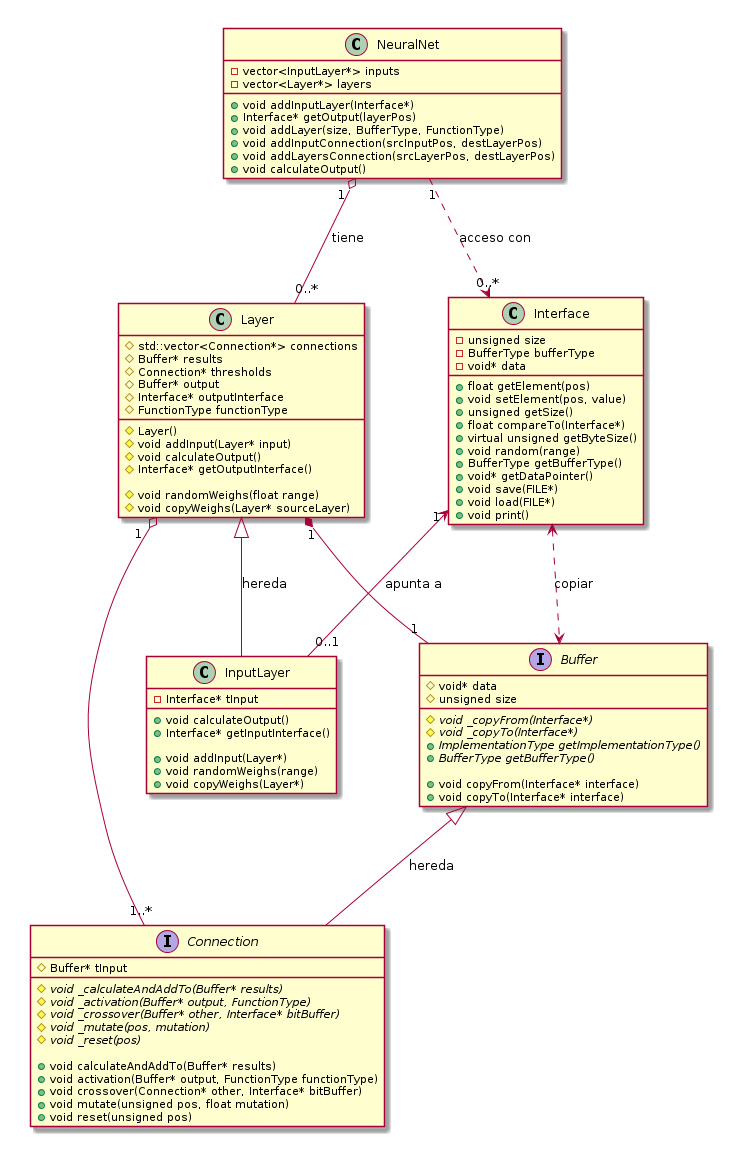
The PlantUML diagram preann/doc/img/uml/classNeural.png in jtimon/preann, before a commit. Its diagram source:
```plantuml
@startuml img/uml/classNeural.png

NeuralNet "1" o-- "0..*" Layer : tiene

NeuralNet "1" ..> "0..*" Interface : acceso con

Layer "1" o-- "1..*" Connection

Layer "1" *-- "1" Buffer

Interface <..> Buffer : copiar

Buffer <|-- Connection : hereda

class Interface "1" <-- "0..1" InputLayer : apunta a

Layer <|-- InputLayer : hereda

class NeuralNet{
    -vector<InputLayer*> inputs
    -vector<Layer*> layers
    +void addInputLayer(Interface*)
    +Interface* getOutput(layerPos)
    +void addLayer(size, BufferType, FunctionType)
    +void addInputConnection(srcInputPos, destLayerPos)
    +void addLayersConnection(srcLayerPos, destLayerPos)
    +void calculateOutput()
}

class Interface{
    -unsigned size
    -BufferType bufferType
    -void* data
    +float getElement(pos)
    +void setElement(pos, value)
    +unsigned getSize()
    +float compareTo(Interface*)
    +virtual unsigned getByteSize()
    +void random(range)
    +BufferType getBufferType()
    +void* getDataPointer()
    +void save(FILE*)
    +void load(FILE*)
    +void print()
}

interface Buffer{
    #void* data
    #unsigned size
    #{abstract} void _copyFrom(Interface*)
    #{abstract} void _copyTo(Interface*)
    +{abstract} ImplementationType getImplementationType()
    +{abstract} BufferType getBufferType()

    +void copyFrom(Interface* interface)
    +void copyTo(Interface* interface)
}

interface Connection{
    #Buffer* tInput

    #{abstract} void _calculateAndAddTo(Buffer* results)
    #{abstract} void _activation(Buffer* output, FunctionType)
    #{abstract} void _crossover(Buffer* other, Interface* bitBuffer)
    #{abstract} void _mutate(pos, mutation)
    #{abstract} void _reset(pos)

    +void calculateAndAddTo(Buffer* results)
    +void activation(Buffer* output, FunctionType functionType)
    +void crossover(Connection* other, Interface* bitBuffer)
    +void mutate(unsigned pos, float mutation)
    +void reset(unsigned pos)
}

class Layer{
    #Layer()
    #std::vector<Connection*> connections
    #Buffer* results
    #Connection* thresholds
    #Buffer* output
    #Interface* outputInterface
    #FunctionType functionType

    #void addInput(Layer* input)
    #void calculateOutput()
    #Interface* getOutputInterface()

    #void randomWeighs(float range)
    #void copyWeighs(Layer* sourceLayer)
}

class InputLayer{
    -Interface* tInput

    +void calculateOutput()
    +Interface* getInputInterface()

    +void addInput(Layer*)
    +void randomWeighs(range)
    +void copyWeighs(Layer*)

}

@enduml
```
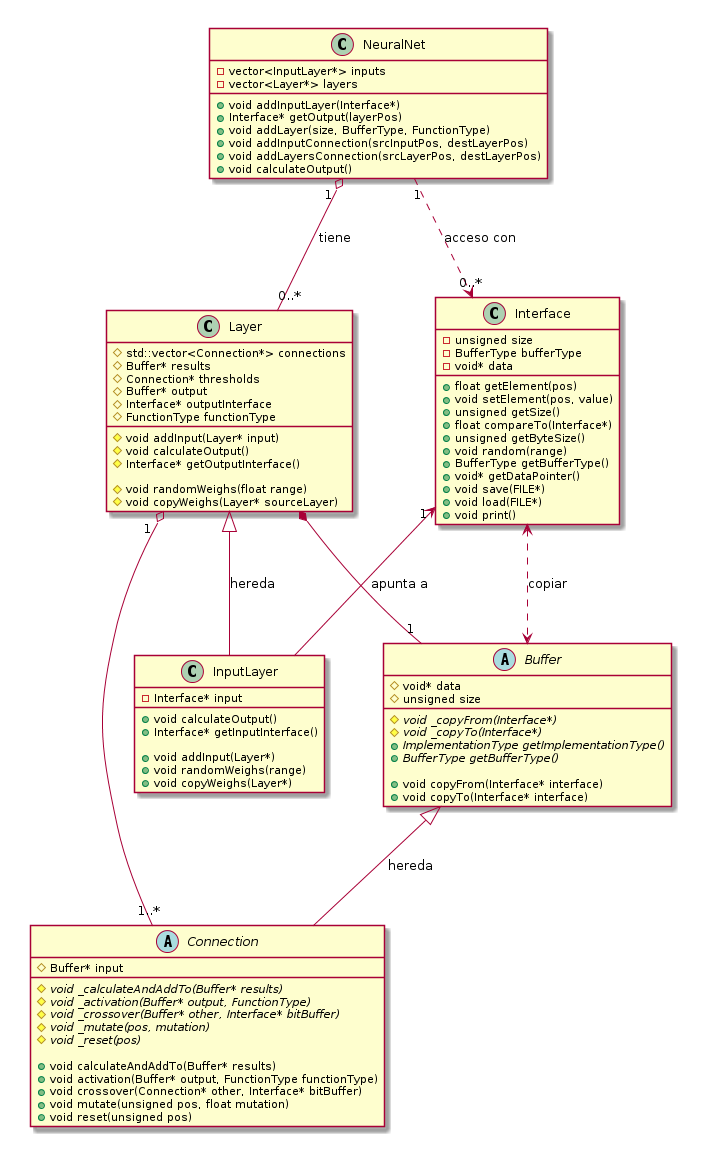
After the commit.

What changed in the source:
```diff
@@ -6,13 +6,13 @@
 
 Layer "1" o-- "1..*" Connection
 
-Layer "1" *-- "1" Buffer
+Layer *-- "1" Buffer
 
 Interface <..> Buffer : copiar
 
 Buffer <|-- Connection : hereda
 
-class Interface "1" <-- "0..1" InputLayer : apunta a
+class Interface "1" <-- InputLayer : apunta a
 
 Layer <|-- InputLayer : hereda
 
@@ -35,7 +35,7 @@
     +void setElement(pos, value)
     +unsigned getSize()
     +float compareTo(Interface*)
-    +virtual unsigned getByteSize()
+    +unsigned getByteSize()
     +void random(range)
     +BufferType getBufferType()
     +void* getDataPointer()
@@ -44,7 +44,7 @@
     +void print()
 }
 
-interface Buffer{
+abstract class Buffer{
     #void* data
     #unsigned size
     #{abstract} void _copyFrom(Interface*)
@@ -56,8 +56,8 @@
     +void copyTo(Interface* interface)
 }
 
-interface Connection{
-    #Buffer* tInput
+abstract class Connection{
+    #Buffer* input
 
     #{abstract} void _calculateAndAddTo(Buffer* results)
     #{abstract} void _activation(Buffer* output, FunctionType)
@@ -73,7 +73,6 @@
 }
 
 class Layer{
-    #Layer()
     #std::vector<Connection*> connections
     #Buffer* results
     #Connection* thresholds
@@ -90,7 +89,7 @@
 }
 
 class InputLayer{
-    -Interface* tInput
+    -Interface* input
 
     +void calculateOutput()
     +Interface* getInputInterface()
```
